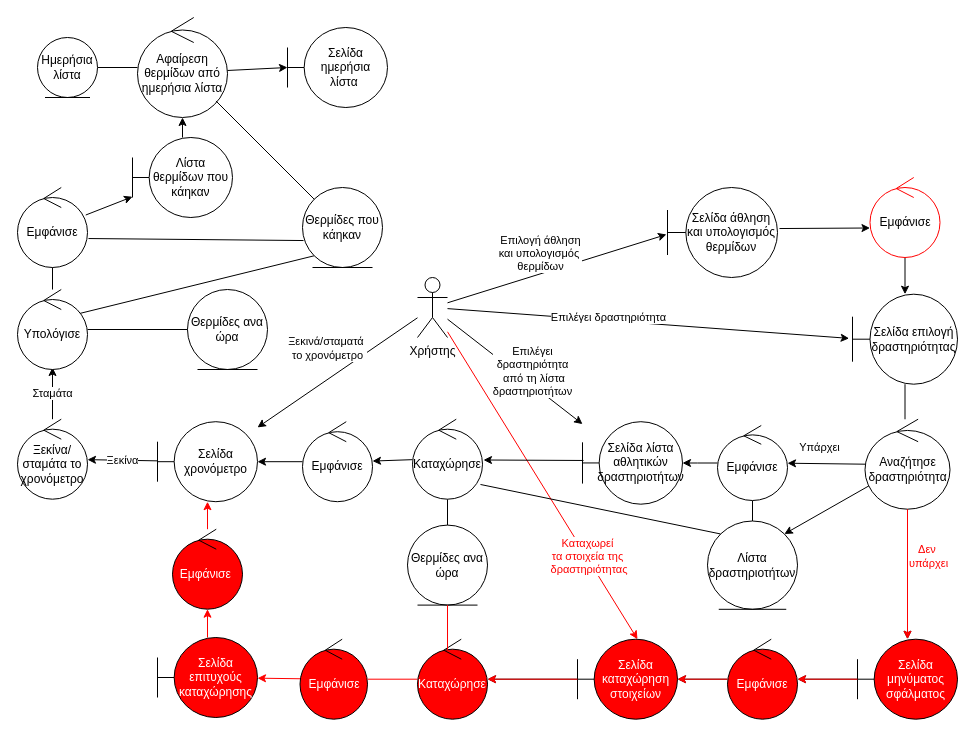
Before: ΤΕΤΑΡΤΟ ΠΑΡΑΔΟΤΕΟ/Διορθώσεις προηγούμενων παραδοτέων/Καινούργια robustness/rd_αθλήση_και_υπολογισμός_θερμίδων_v0.2.drawio in Dionkaps/Eu-Zin, a draw.io diagram. Source tidied: cells renumbered, new cells numbered last; positions are measured from the earlier drawing's top-left corner, leaving out a move shared by most shapes. Both pictures are drawn from the tidied source at 100%, with x=0, y=0 at pixel (17, 17).
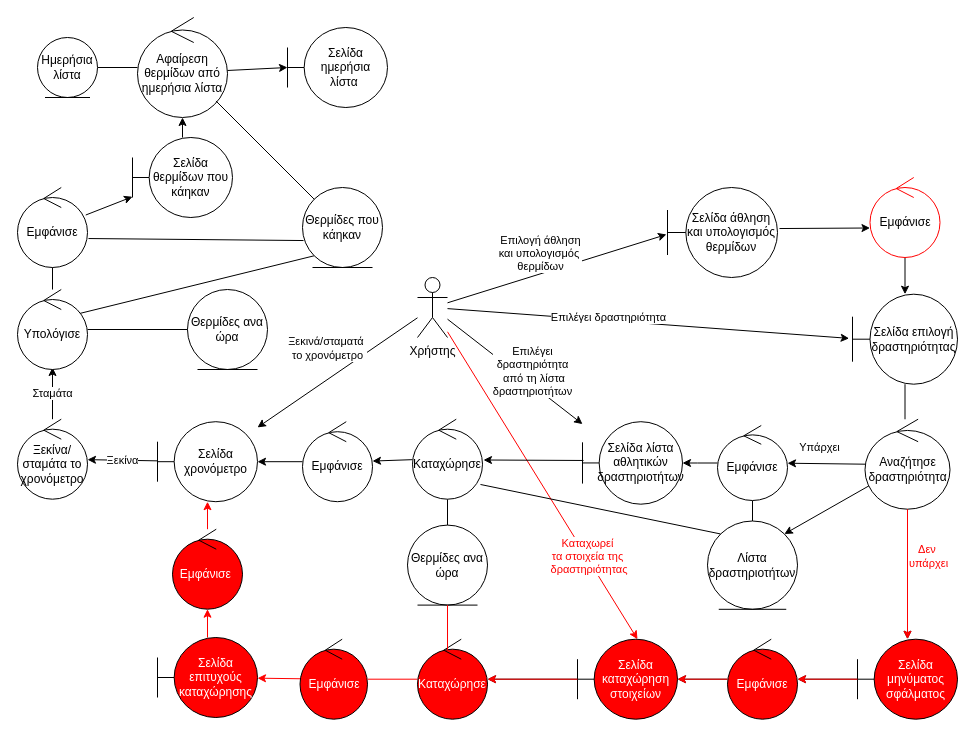
The same diagram, later.

Commit message (it also covers changes not shown here):
Προσθήκη Sequence diagram και αλλαγή robustness diagram

Change to the diagram source:
```diff
@@
-    <mxCell id="53" value="Λίστα θερμίδων που κάηκαν" style="shape=umlBoundary;whiteSpace=wrap;html=1;strokeColor=#000000;" parent="1" vertex="1">
+    <mxCell id="53" value="Σελίδα θερμίδων που κάηκαν" style="shape=umlBoundary;whiteSpace=wrap;html=1;strokeColor=#000000;" parent="1" vertex="1">
       <mxGeometry x="115" y="120" width="100" height="80" as="geometry" />
     </mxCell>
```
